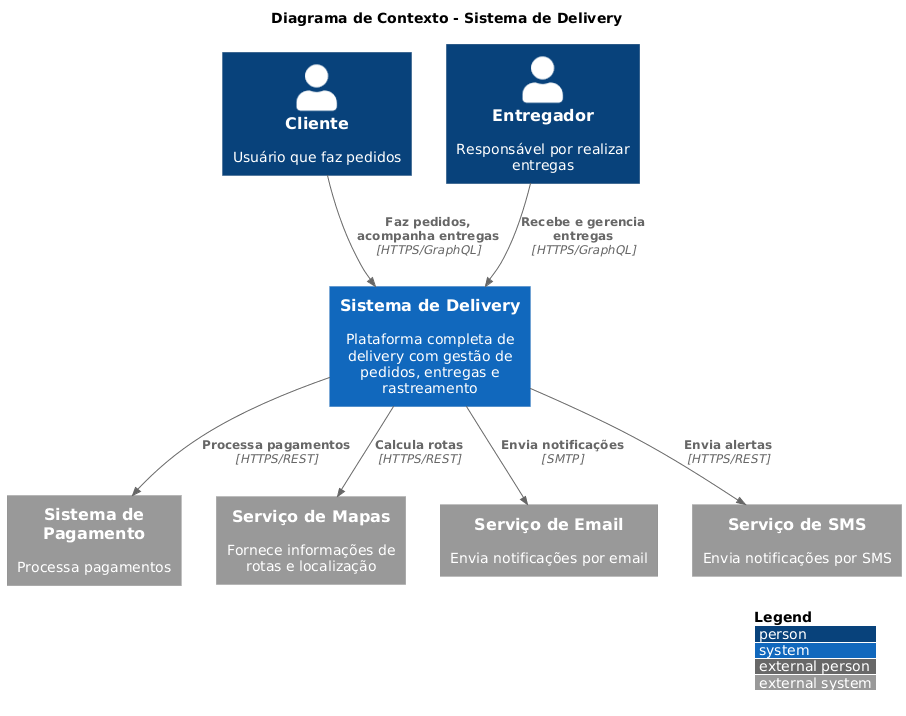
This is docs/c4-diagrams/c4-context.png from alexsanjr/delivery-cefet, a PlantUML export, as it was before one commit. The source it was exported from:
```plantuml
@startuml
!include https://raw.githubusercontent.com/plantuml-stdlib/C4-PlantUML/master/C4_Context.puml

LAYOUT_WITH_LEGEND()

title Diagrama de Contexto - Sistema de Delivery

Person(cliente, "Cliente", "Usuário que faz pedidos")
Person(entregador, "Entregador", "Responsável por realizar entregas")

System(deliverySystem, "Sistema de Delivery", "Plataforma completa de delivery com gestão de pedidos, entregas e rastreamento")

System_Ext(pagamento, "Sistema de Pagamento", "Processa pagamentos")
System_Ext(maps, "Serviço de Mapas", "Fornece informações de rotas e localização")
System_Ext(email, "Serviço de Email", "Envia notificações por email")
System_Ext(sms, "Serviço de SMS", "Envia notificações por SMS")

Rel(cliente, deliverySystem, "Faz pedidos, acompanha entregas", "HTTPS/GraphQL")
Rel(entregador, deliverySystem, "Recebe e gerencia entregas", "HTTPS/GraphQL")

Rel(deliverySystem, pagamento, "Processa pagamentos", "HTTPS/REST")
Rel(deliverySystem, maps, "Calcula rotas", "HTTPS/REST")
Rel(deliverySystem, email, "Envia notificações", "SMTP")
Rel(deliverySystem, sms, "Envia alertas", "HTTPS/REST")
@enduml
```
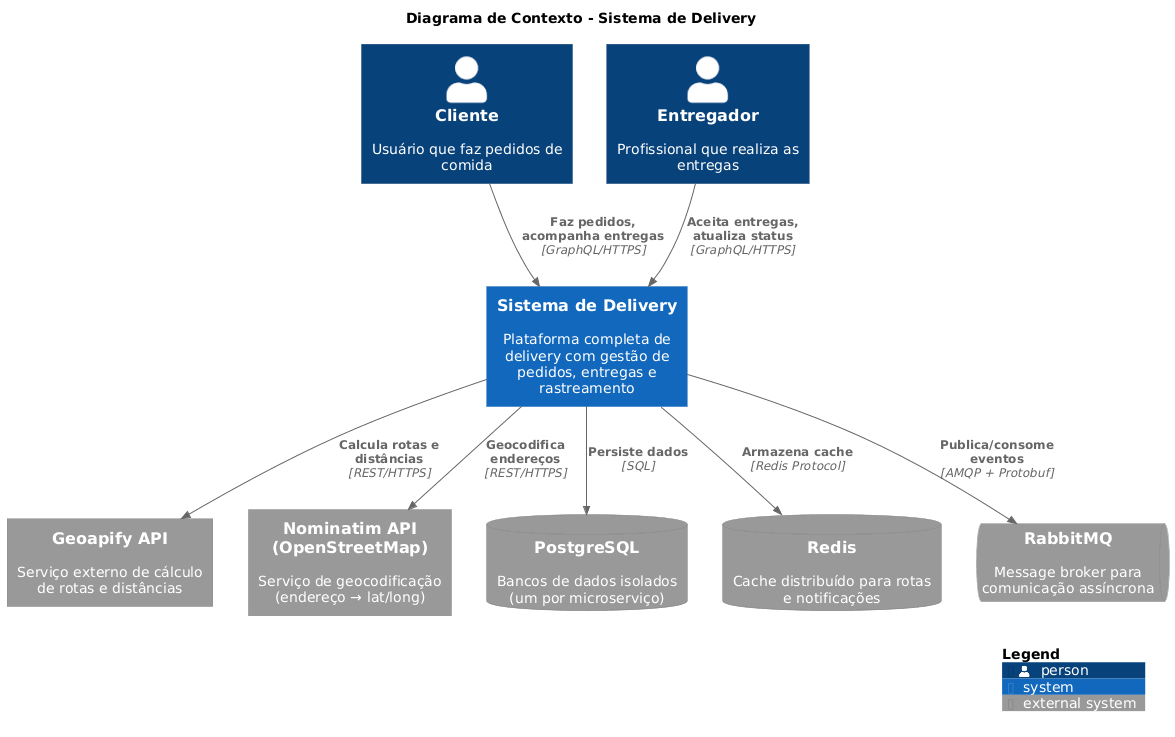
After the change.

Diff of the diagram source:
```diff
@@ -5,21 +5,25 @@
 
 title Diagrama de Contexto - Sistema de Delivery
 
-Person(cliente, "Cliente", "Usuário que faz pedidos")
-Person(entregador, "Entregador", "Responsável por realizar entregas")
+Person(cliente, "Cliente", "Usuário que faz pedidos de comida")
+Person(entregador, "Entregador", "Profissional que realiza as entregas")
 
-System(deliverySystem, "Sistema de Delivery", "Plataforma completa de delivery com gestão de pedidos, entregas e rastreamento")
+System(delivery_system, "Sistema de Delivery", "Plataforma completa de delivery com gestão de pedidos, entregas e rastreamento")
 
-System_Ext(pagamento, "Sistema de Pagamento", "Processa pagamentos")
-System_Ext(maps, "Serviço de Mapas", "Fornece informações de rotas e localização")
-System_Ext(email, "Serviço de Email", "Envia notificações por email")
-System_Ext(sms, "Serviço de SMS", "Envia notificações por SMS")
+System_Ext(geoapify, "Geoapify API", "Serviço externo de cálculo de rotas e distâncias")
+System_Ext(nominatim, "Nominatim API (OpenStreetMap)", "Serviço de geocodificação (endereço → lat/long)")
+SystemDb_Ext(postgres, "PostgreSQL", "Bancos de dados isolados (um por microserviço)")
+SystemDb_Ext(redis, "Redis", "Cache distribuído para rotas e notificações")
+SystemQueue_Ext(rabbitmq, "RabbitMQ", "Message broker para comunicação assíncrona")
 
-Rel(cliente, deliverySystem, "Faz pedidos, acompanha entregas", "HTTPS/GraphQL")
-Rel(entregador, deliverySystem, "Recebe e gerencia entregas", "HTTPS/GraphQL")
+Rel(cliente, delivery_system, "Faz pedidos, acompanha entregas", "GraphQL/HTTPS")
+Rel(entregador, delivery_system, "Aceita entregas, atualiza status", "GraphQL/HTTPS")
 
-Rel(deliverySystem, pagamento, "Processa pagamentos", "HTTPS/REST")
-Rel(deliverySystem, maps, "Calcula rotas", "HTTPS/REST")
-Rel(deliverySystem, email, "Envia notificações", "SMTP")
-Rel(deliverySystem, sms, "Envia alertas", "HTTPS/REST")
+Rel(delivery_system, geoapify, "Calcula rotas e distâncias", "REST/HTTPS")
+Rel(delivery_system, nominatim, "Geocodifica endereços", "REST/HTTPS")
+Rel(delivery_system, postgres, "Persiste dados", "SQL")
+Rel(delivery_system, redis, "Armazena cache", "Redis Protocol")
+Rel(delivery_system, rabbitmq, "Publica/consome eventos", "AMQP + Protobuf")
+
+SHOW_LEGEND()
 @enduml
```
